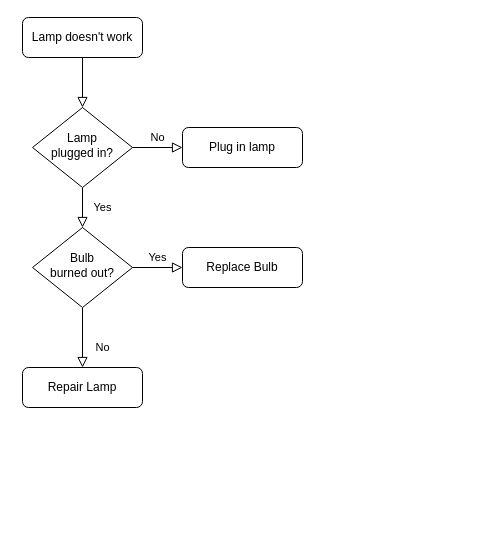
The draw.io diagram Untitled Diagram.drawio in tsingjinyun/----------, before the edit. Source tidied: cells renumbered, new cells numbered last; positions are measured from the earlier drawing's top-left corner, leaving out a move shared by most shapes. Both pictures are drawn from the tidied source at 100%, with x=0, y=0 at pixel (22, 17).
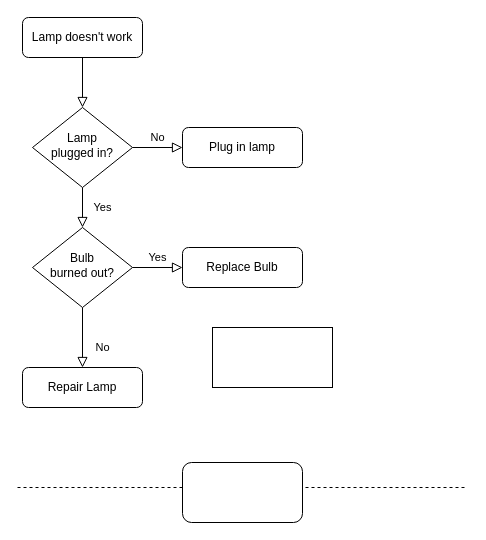
After the change.

Diff of the diagram source:
```diff
@@
 <mxGraphModel>
   <root>
     <mxCell id="0" />
     <mxCell id="1" parent="0" />
     <mxCell id="2" style="rounded=0;html=1;jettySize=auto;fontSize=11;endArrow=block;endFill=0;endSize=8;strokeWidth=1;shadow=0;labelBackgroundColor=none;edgeStyle=orthogonalEdgeStyle;" parent="1" edge="1" source="3" target="6">
       <mxGeometry relative="1" as="geometry" />
     </mxCell>
     <mxCell id="3" value="Lamp doesn't work" style="rounded=1;whiteSpace=wrap;html=1;fontSize=12;glass=0;strokeWidth=1;shadow=0;" parent="1" vertex="1">
       <mxGeometry width="120" height="40" as="geometry" />
     </mxCell>
     <mxCell id="4" value="Yes" style="rounded=0;html=1;jettySize=auto;fontSize=11;endArrow=block;endFill=0;endSize=8;strokeWidth=1;shadow=0;labelBackgroundColor=none;edgeStyle=orthogonalEdgeStyle;" parent="1" edge="1" source="6" target="10">
       <mxGeometry y="20" relative="1" as="geometry" />
     </mxCell>
     <mxCell id="5" value="No" style="edgeStyle=orthogonalEdgeStyle;rounded=0;html=1;jettySize=auto;fontSize=11;endArrow=block;endFill=0;endSize=8;strokeWidth=1;shadow=0;labelBackgroundColor=none;" parent="1" edge="1" source="6" target="7">
       <mxGeometry y="10" relative="1" as="geometry" />
     </mxCell>
     <mxCell id="6" value="Lamp&lt;br&gt;plugged in?" style="rhombus;whiteSpace=wrap;html=1;shadow=0;fontFamily=Helvetica;fontSize=12;align=center;strokeWidth=1;spacing=6;spacingTop=-4;" parent="1" vertex="1">
       <mxGeometry x="10" y="90" width="100" height="80" as="geometry" />
     </mxCell>
     <mxCell id="7" value="Plug in lamp" style="rounded=1;whiteSpace=wrap;html=1;fontSize=12;glass=0;strokeWidth=1;shadow=0;" parent="1" vertex="1">
       <mxGeometry x="160" y="110" width="120" height="40" as="geometry" />
     </mxCell>
     <mxCell id="8" value="No" style="rounded=0;html=1;jettySize=auto;fontSize=11;endArrow=block;endFill=0;endSize=8;strokeWidth=1;shadow=0;labelBackgroundColor=none;edgeStyle=orthogonalEdgeStyle;" parent="1" edge="1" source="10" target="11">
       <mxGeometry x="0.33" y="20" relative="1" as="geometry" />
     </mxCell>
     <mxCell id="9" value="Yes" style="edgeStyle=orthogonalEdgeStyle;rounded=0;html=1;jettySize=auto;fontSize=11;endArrow=block;endFill=0;endSize=8;strokeWidth=1;shadow=0;labelBackgroundColor=none;" parent="1" edge="1" source="10" target="12">
       <mxGeometry y="10" relative="1" as="geometry" />
     </mxCell>
     <mxCell id="10" value="Bulb&lt;br&gt;burned out?" style="rhombus;whiteSpace=wrap;html=1;shadow=0;fontFamily=Helvetica;fontSize=12;align=center;strokeWidth=1;spacing=6;spacingTop=-4;" parent="1" vertex="1">
       <mxGeometry x="10" y="210" width="100" height="80" as="geometry" />
     </mxCell>
     <mxCell id="11" value="Repair Lamp" style="rounded=1;whiteSpace=wrap;html=1;fontSize=12;glass=0;strokeWidth=1;shadow=0;" parent="1" vertex="1">
       <mxGeometry y="350" width="120" height="40" as="geometry" />
     </mxCell>
     <mxCell id="12" value="Replace Bulb" style="rounded=1;whiteSpace=wrap;html=1;fontSize=12;glass=0;strokeWidth=1;shadow=0;" parent="1" vertex="1">
       <mxGeometry x="160" y="230" width="120" height="40" as="geometry" />
     </mxCell>
+    <mxCell id="13" style="rounded=0;whiteSpace=wrap;html=1;" parent="1" vertex="1">
+      <mxGeometry x="190" y="310" width="120" height="60" as="geometry" />
+    </mxCell>
+    <mxCell id="14" style="endArrow=none;dashed=1;html=1;" parent="1" edge="1">
+      <mxGeometry relative="1" as="geometry">
+        <mxPoint x="-5" y="470" as="sourcePoint" />
+        <mxPoint x="445" y="470" as="targetPoint" />
+        <Array as="points">
+          <mxPoint x="175" y="470" />
+        </Array>
+      </mxGeometry>
+    </mxCell>
+    <mxCell id="15" style="rounded=1;whiteSpace=wrap;html=1;" parent="1" vertex="1">
+      <mxGeometry x="160" y="445" width="120" height="60" as="geometry" />
+    </mxCell>
   </root>
 </mxGraphModel>
```
